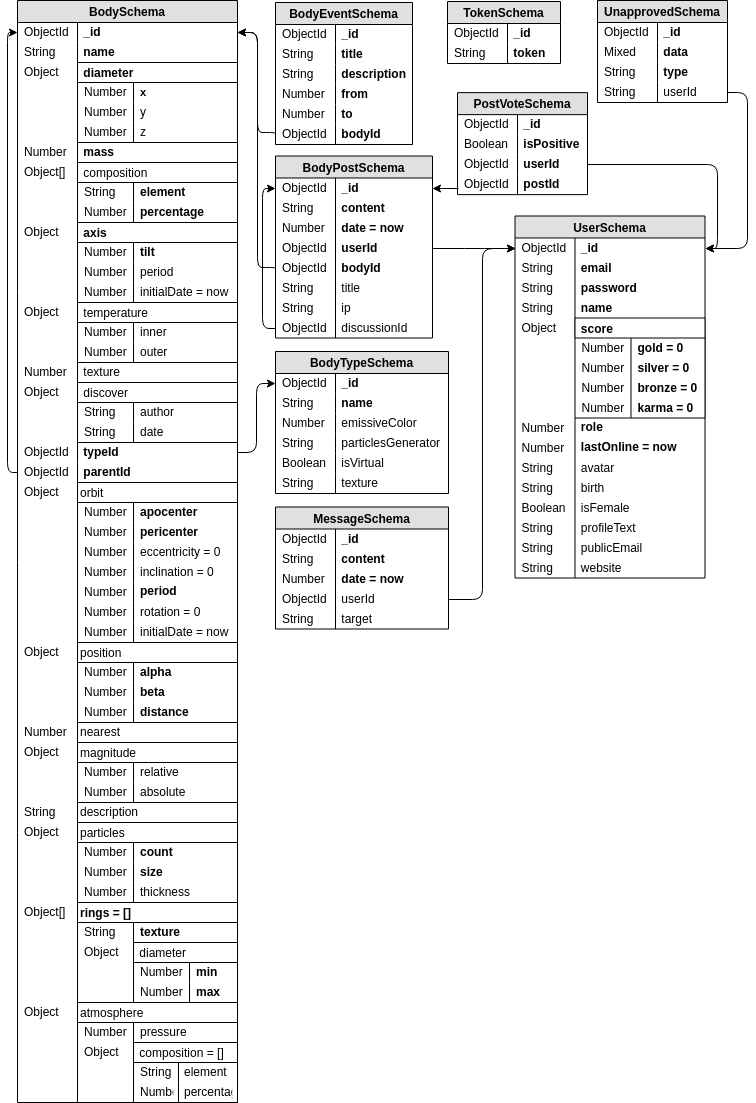
Before: docs/Images/DB.png, a diagram exported from draw.io (michalstruna/universis). Source tidied: cells renumbered, new cells last; positions are measured from the earlier drawing's top-left corner, leaving out a move shared by most shapes.
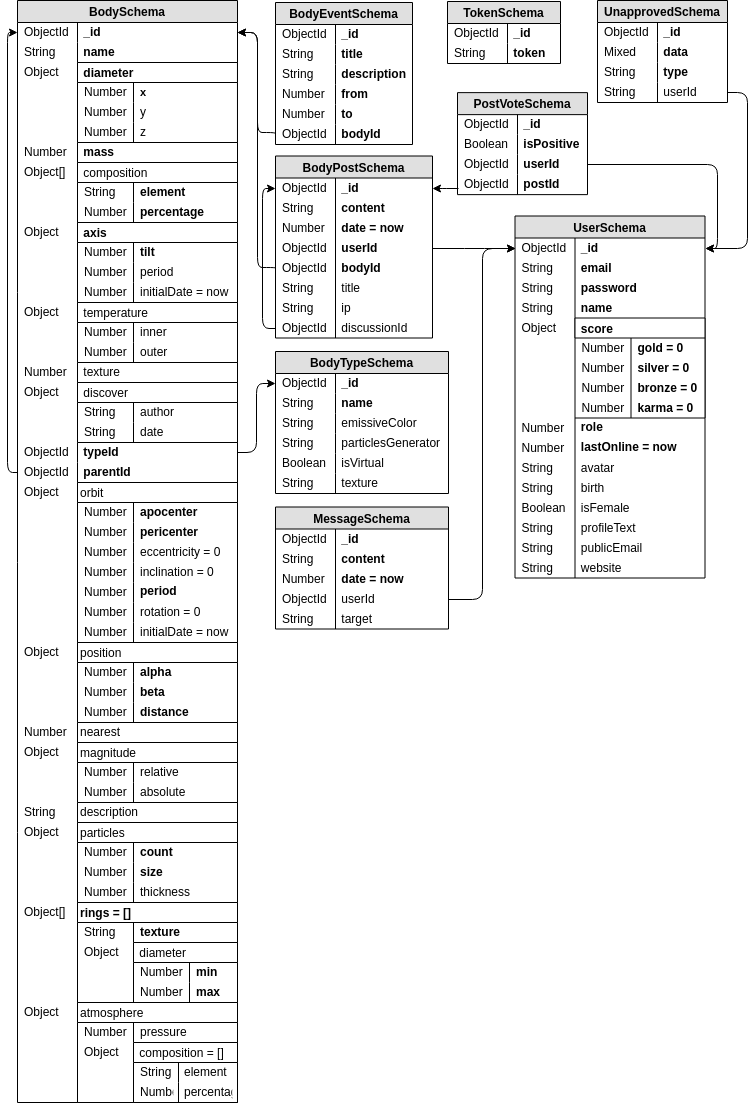
After the change.

The edit, as a diff of the source:
```diff
@@ -393,7 +393,7 @@
     <mxCell id="130" value=" emissiveColor" style="shape=partialRectangle;top=0;left=0;right=0;bottom=0;align=left;verticalAlign=middle;fillColor=none;spacingLeft=60;spacingRight=4;overflow=hidden;fontSize=12;spacing=2;" parent="125" vertex="1">
       <mxGeometry y="62" width="173" height="20" as="geometry" />
     </mxCell>
-    <mxCell id="131" value="Number" style="shape=partialRectangle;fontStyle=0;top=0;left=0;bottom=0;fillColor=none;align=left;verticalAlign=middle;spacingLeft=4;spacingRight=4;overflow=hidden;fontSize=12;spacing=2;" parent="130" vertex="1">
+    <mxCell id="131" value="String" style="shape=partialRectangle;fontStyle=0;top=0;left=0;bottom=0;fillColor=none;align=left;verticalAlign=middle;spacingLeft=4;spacingRight=4;overflow=hidden;fontSize=12;spacing=2;" parent="130" vertex="1">
       <mxGeometry width="60" height="20" as="geometry" />
     </mxCell>
     <mxCell id="132" value=" particlesGenerator" style="shape=partialRectangle;top=0;left=0;right=0;bottom=0;align=left;verticalAlign=middle;fillColor=none;spacingLeft=60;spacingRight=4;overflow=hidden;fontSize=12;spacing=2;" parent="125" vertex="1">
```
